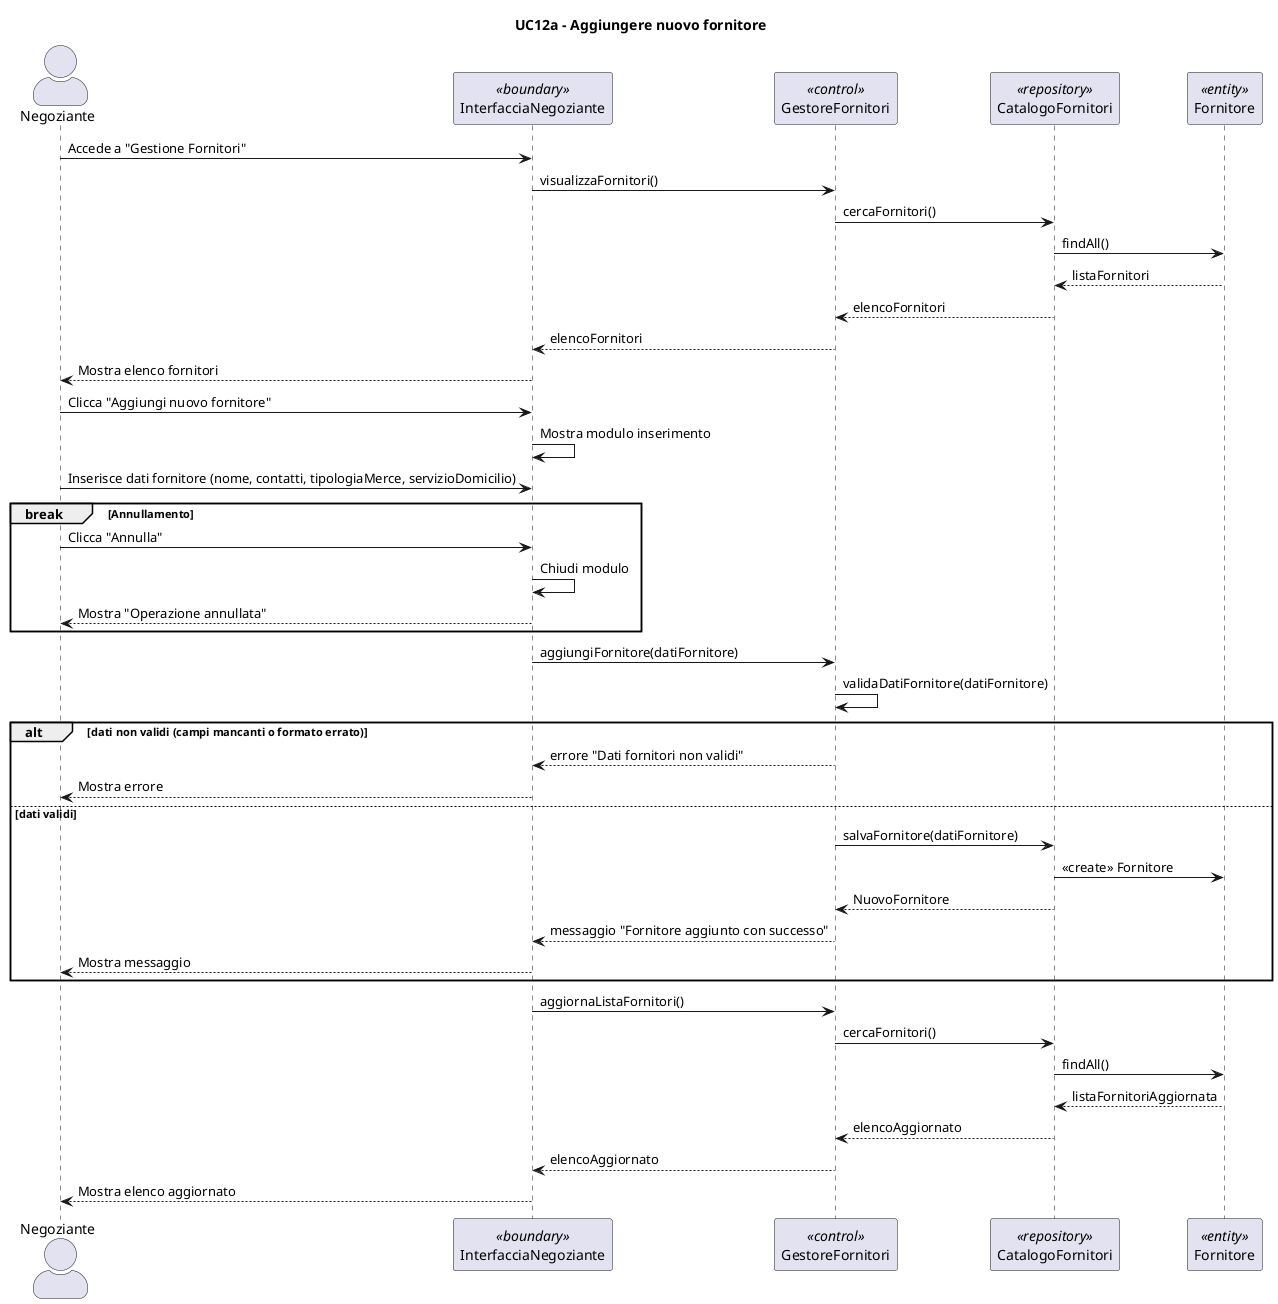
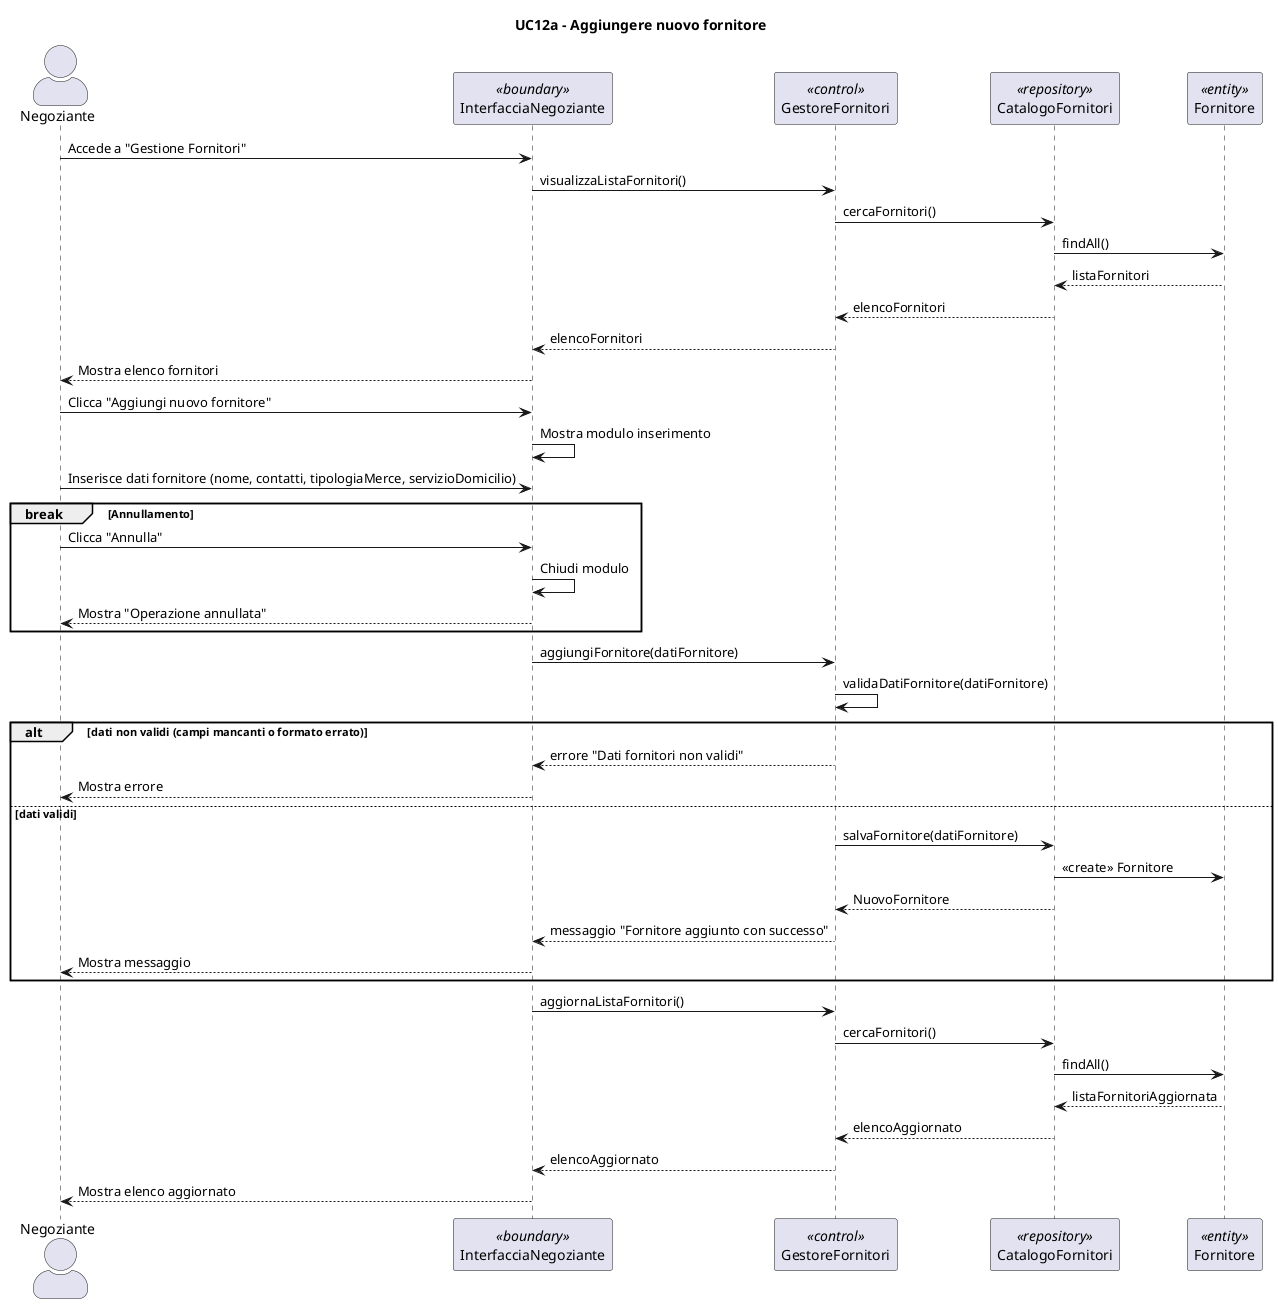
@startuml
title UC12a - Aggiungere nuovo fornitore
skinparam actorStyle awesome

actor "Negoziante" as N
participant "InterfacciaNegoziante" as IN <<boundary>>
participant "GestoreFornitori" as G <<control>>
participant "CatalogoFornitori" as CF <<repository>>
participant "Fornitore" as F <<entity>>

N -> IN: Accede a "Gestione Fornitori"
- IN -> G: visualizzaFornitori()
+ IN -> G: visualizzaListaFornitori()
G -> CF: cercaFornitori()
CF -> F: findAll()
F --> CF: listaFornitori
CF --> G: elencoFornitori
G --> IN: elencoFornitori
IN --> N: Mostra elenco fornitori
N -> IN: Clicca "Aggiungi nuovo fornitore"
IN -> IN: Mostra modulo inserimento
N -> IN: Inserisce dati fornitore (nome, contatti, tipologiaMerce, servizioDomicilio)

break Annullamento
    N -> IN: Clicca "Annulla"
    IN -> IN: Chiudi modulo
    IN --> N: Mostra "Operazione annullata"
end

IN -> G: aggiungiFornitore(datiFornitore)
G -> G: validaDatiFornitore(datiFornitore)

alt dati non validi (campi mancanti o formato errato)
    G --> IN: errore "Dati fornitori non validi"
    IN --> N: Mostra errore

else dati validi
    G -> CF: salvaFornitore(datiFornitore)
    CF -> F: <<create>> Fornitore
    CF --> G: NuovoFornitore
    G --> IN: messaggio "Fornitore aggiunto con successo"
    IN --> N: Mostra messaggio
end
IN -> G: aggiornaListaFornitori()
G -> CF: cercaFornitori()
CF -> F: findAll()
F --> CF: listaFornitoriAggiornata
CF --> G: elencoAggiornato
G --> IN: elencoAggiornato
IN --> N: Mostra elenco aggiornato
@enduml